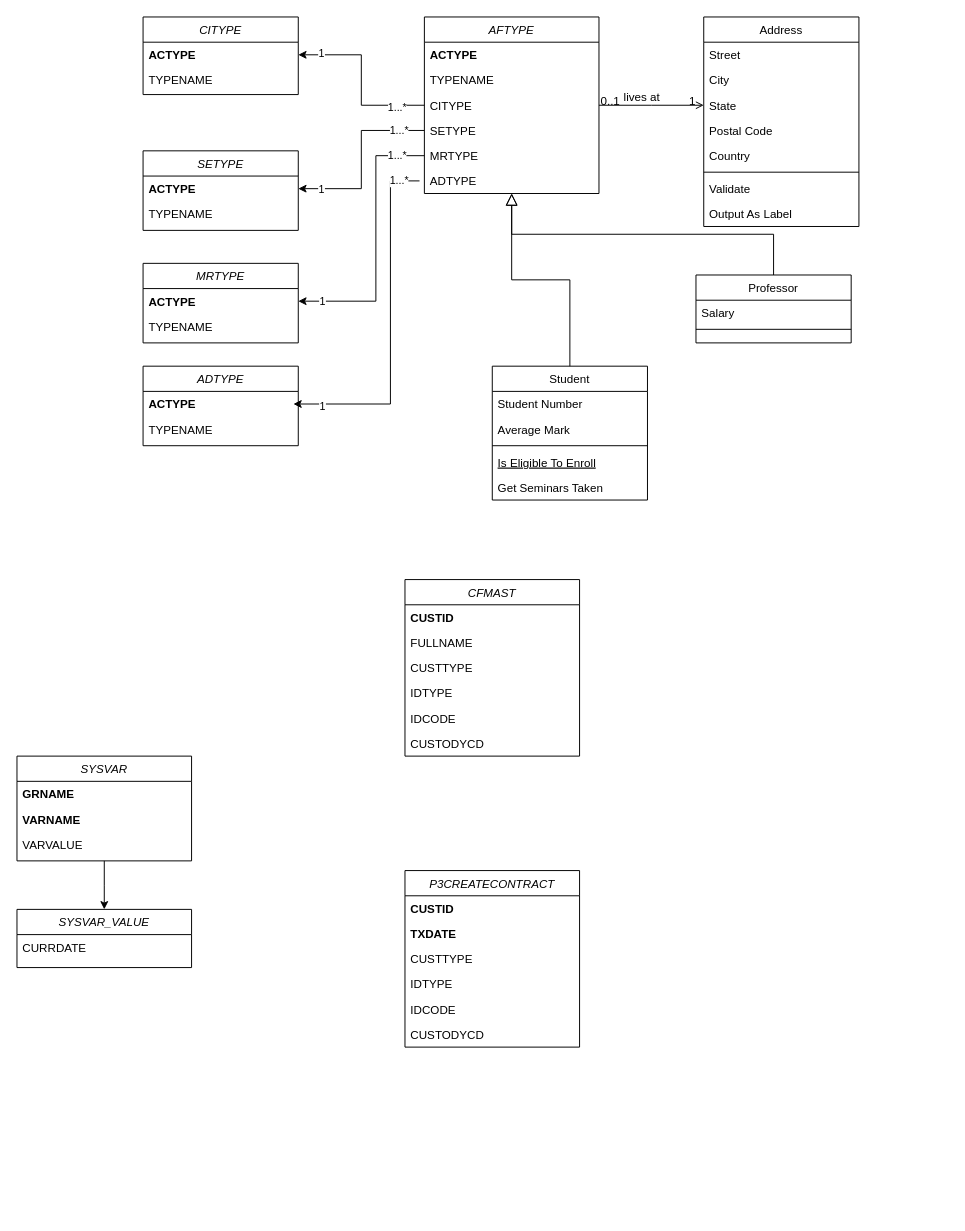
luyenhaidangit/business keeps this draw.io diagram as Biểu đồ không có tiêu đề.drawio. Above is the earlier version. Source tidied: cells renumbered, new cells numbered last; positions are measured from the earlier drawing's top-left corner, leaving out a move shared by most shapes. Both pictures are drawn from the tidied source at 97%, with x=0, y=0 at pixel (16, 16).
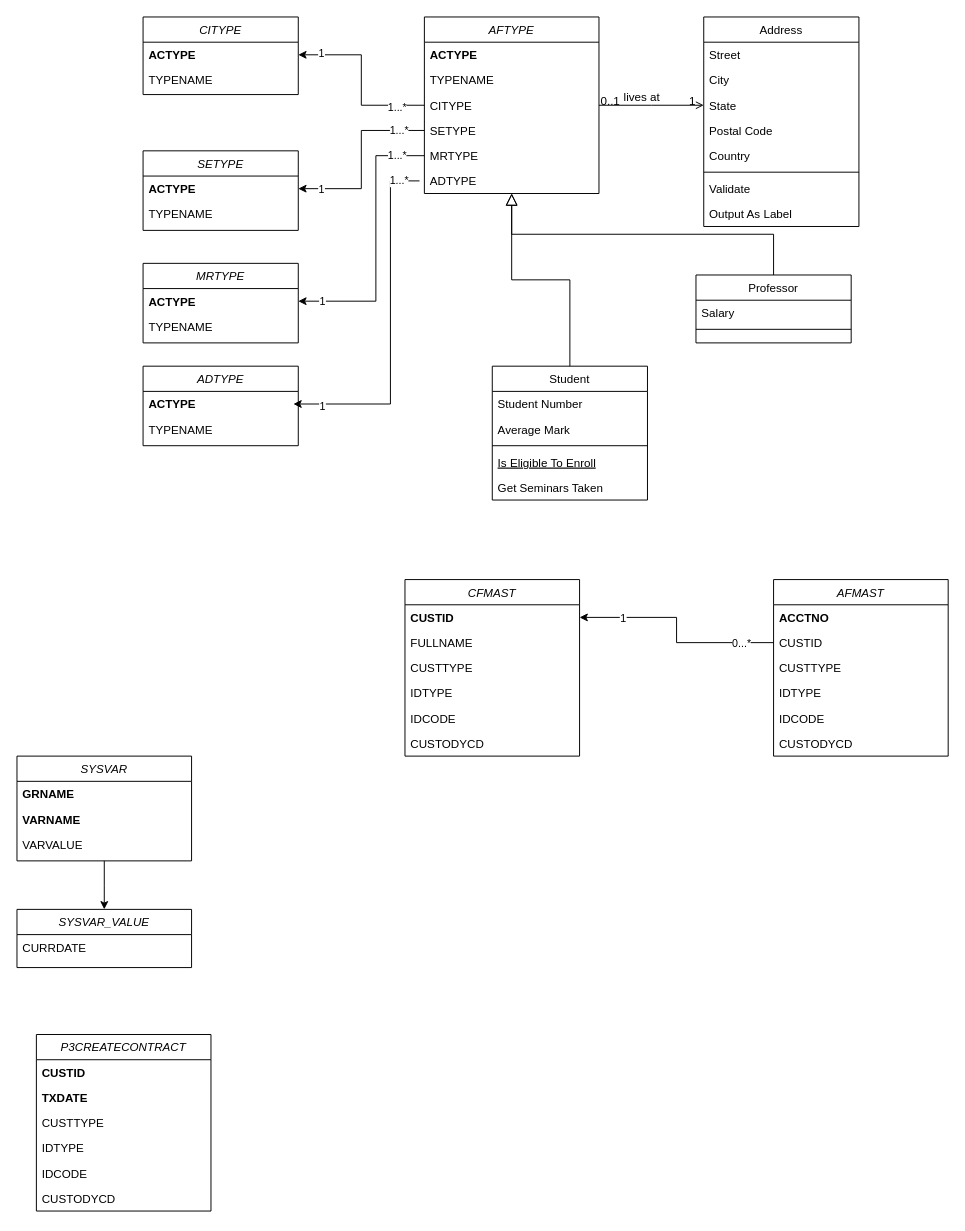
Above is the later version.

Commit message:
Cập nhật Biểu đồ không có tiêu đề.drawio

The change refers to these unchanged cells:
```xml
<mxCell id="58" value="CUSTID" style="text;align=left;verticalAlign=top;spacingLeft=4;spacingRight=4;overflow=hidden;points=[[0,0.5],[1,0.5]];portConstraint=eastwest;fontStyle=1;" parent="57" vertex="1">
  <mxGeometry y="26" width="180" height="26" as="geometry" />
</mxCell>
```

The edit, as a diff of the source:
```diff
@@
     <mxCell id="71" value="P3CREATECONTRACT" style="swimlane;fontStyle=2;align=center;verticalAlign=top;horizontal=1;startSize=26;rounded=0;shadow=0;strokeWidth=1;" parent="1" vertex="1">
-      <mxGeometry x="400" y="880" width="180" height="182" as="geometry" />
+      <mxGeometry x="20" y="1049" width="180" height="182" as="geometry" />
     </mxCell>
@@
+    <mxCell id="78" value="AFMAST" style="swimlane;fontStyle=2;align=center;verticalAlign=top;horizontal=1;startSize=26;rounded=0;shadow=0;strokeWidth=1;" parent="1" vertex="1">
+      <mxGeometry x="780" y="580" width="180" height="182" as="geometry" />
+    </mxCell>
+    <mxCell id="79" value="ACCTNO" style="text;align=left;verticalAlign=top;spacingLeft=4;spacingRight=4;overflow=hidden;fontStyle=1;" parent="78" vertex="1">
+      <mxGeometry y="26" width="180" height="26" as="geometry" />
+    </mxCell>
+    <mxCell id="80" value="CUSTID" style="text;align=left;verticalAlign=top;spacingLeft=4;spacingRight=4;overflow=hidden;points=[[0,0.5],[1,0.5]];portConstraint=eastwest;rounded=0;shadow=0;html=0;" parent="78" vertex="1">
+      <mxGeometry y="52" width="180" height="26" as="geometry" />
+    </mxCell>
+    <mxCell id="81" value="CUSTTYPE" style="text;align=left;verticalAlign=top;spacingLeft=4;spacingRight=4;overflow=hidden;rounded=0;shadow=0;html=0;" parent="78" vertex="1">
+      <mxGeometry y="78" width="180" height="26" as="geometry" />
+    </mxCell>
+    <mxCell id="82" value="IDTYPE" style="text;align=left;verticalAlign=top;spacingLeft=4;spacingRight=4;overflow=hidden;rounded=0;shadow=0;html=0;" parent="78" vertex="1">
+      <mxGeometry y="104" width="180" height="26" as="geometry" />
+    </mxCell>
+    <mxCell id="83" value="IDCODE" style="text;align=left;verticalAlign=top;spacingLeft=4;spacingRight=4;overflow=hidden;rounded=0;shadow=0;html=0;" parent="78" vertex="1">
+      <mxGeometry y="130" width="180" height="26" as="geometry" />
+    </mxCell>
+    <mxCell id="84" value="CUSTODYCD" style="text;align=left;verticalAlign=top;spacingLeft=4;spacingRight=4;overflow=hidden;rounded=0;shadow=0;html=0;" parent="78" vertex="1">
+      <mxGeometry y="156" width="180" height="26" as="geometry" />
+    </mxCell>
+    <mxCell id="85" style="edgeStyle=orthogonalEdgeStyle;rounded=0;jettySize=auto;html=1;entryX=1;entryY=0.5;entryDx=0;entryDy=0;" parent="1" edge="1" source="80" target="58">
+      <mxGeometry relative="1" as="geometry" />
+    </mxCell>
+    <mxCell id="86" value="1" style="edgeLabel;html=1;align=center;verticalAlign=middle;" parent="85" vertex="1">
+      <mxGeometry x="0.61" relative="1" as="geometry" />
+    </mxCell>
+    <mxCell id="87" value="0...*" style="edgeLabel;html=1;align=center;verticalAlign=middle;" parent="85" vertex="1">
+      <mxGeometry x="-0.7" y="2" relative="1" as="geometry">
+        <mxPoint y="-2" as="offset" />
+      </mxGeometry>
+    </mxCell>
```
